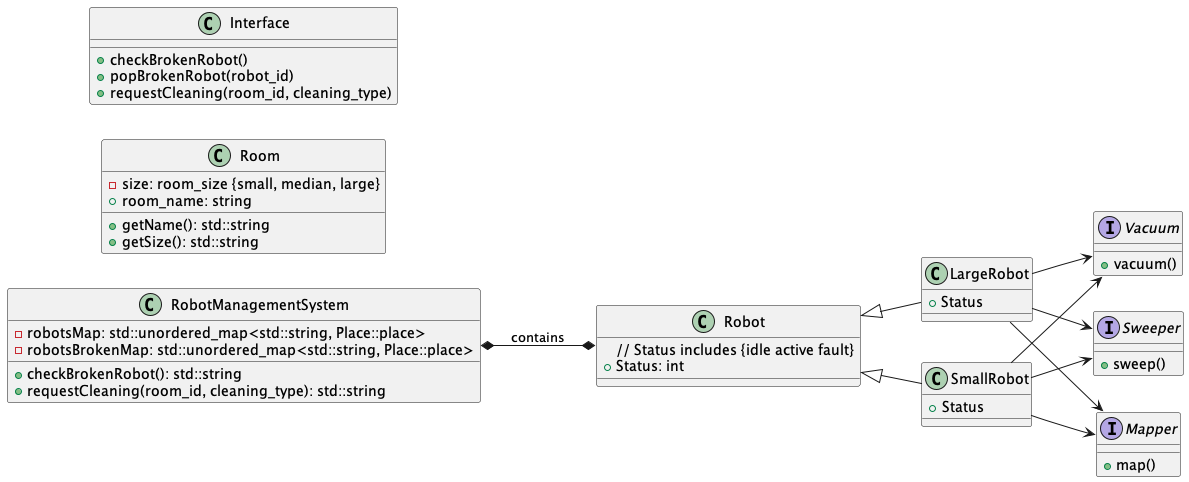
This is docs/design/class_diagram/overview_class_diagram.png from ur-cs-courses/course-project-silver-bullet, a PlantUML export, as it was before one commit.
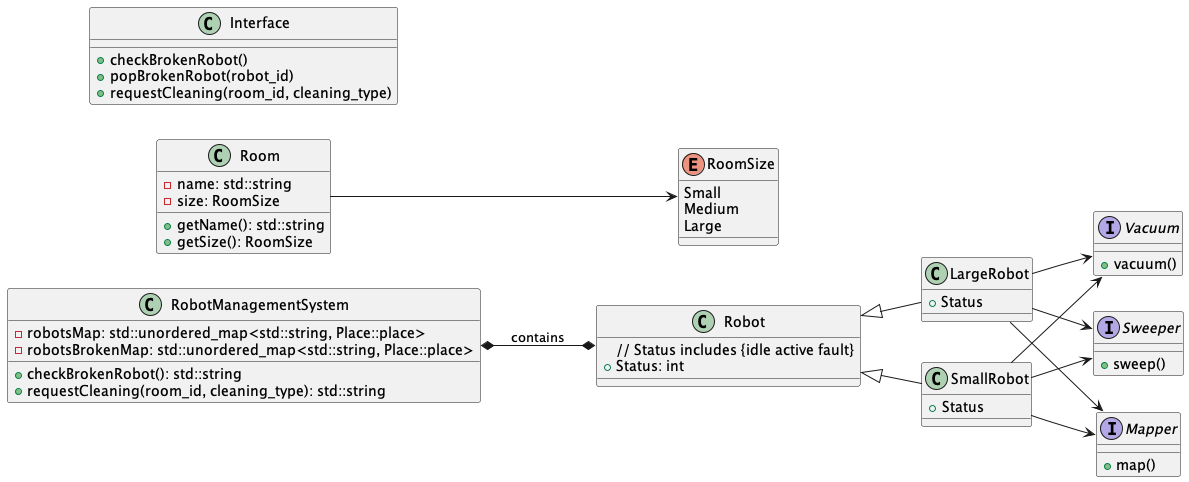
After the change.

Commit message:
Updated Room Class

The edit, as a diff of the source:
```diff
@@ -26,11 +26,18 @@
 }
 
 class Room {
-    - size: room_size {small, median, large}
-    + room_name: string
+    - name: std::string
+    - size: RoomSize
     + getName(): std::string
-    + getSize(): std::string
+    + getSize(): RoomSize
 }
+
+enum RoomSize {
+  Small
+  Medium
+  Large
+}
+
 
 
 class Interface {
@@ -58,5 +65,6 @@
 LargeRobot --> Vacuum
 LargeRobot --> Mapper
 
+Room --> RoomSize
 RobotManagementSystem *--* Robot : contains
 @enduml
```
